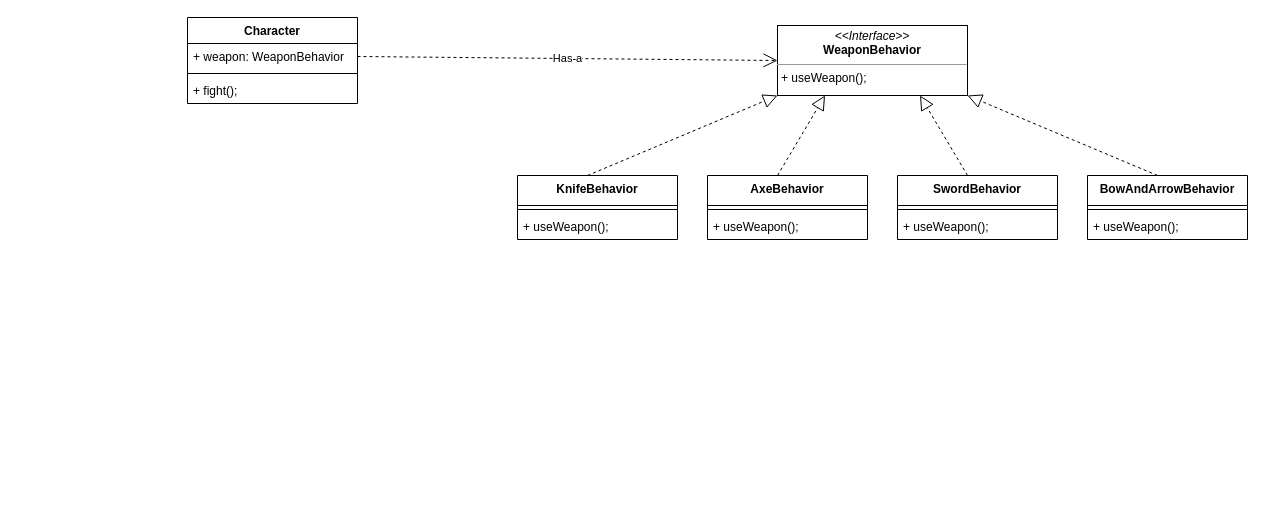
This is Diagrama sem nome.drawio from denismissias/design-patterns, a draw.io file, before an edit. Source tidied: cells renumbered, new cells numbered last; positions are measured from the earlier drawing's top-left corner, leaving out a move shared by most shapes. Both pictures are drawn from the tidied source at 100%, with x=0, y=0 at pixel (187, 17).
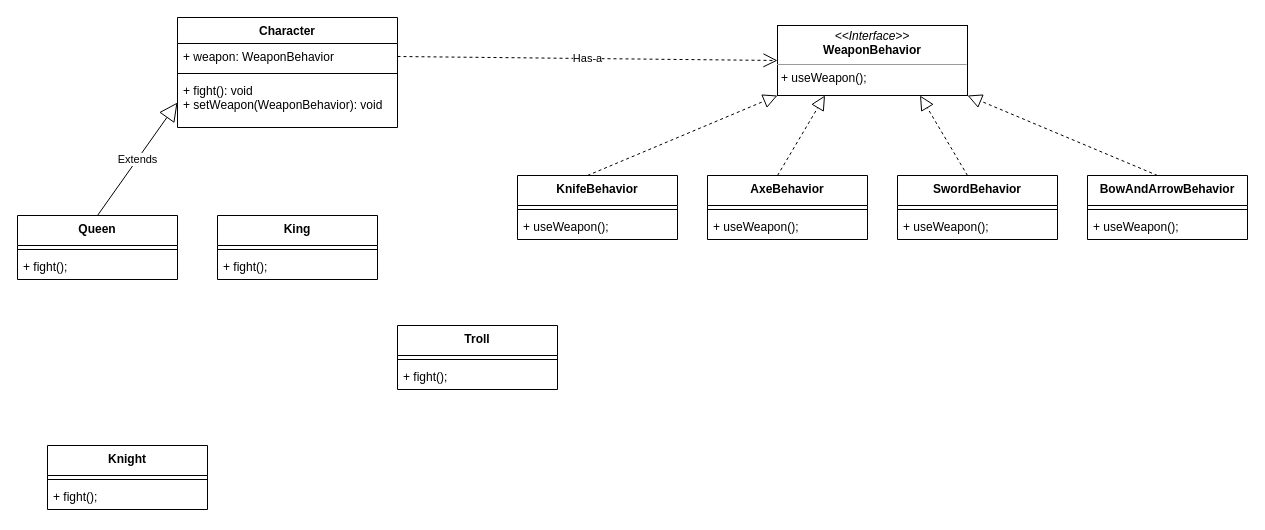
The same page after the edit.

The edit, as a diff of the source:
```diff
@@
     <mxCell id="2" value="Character" style="swimlane;fontStyle=1;align=center;verticalAlign=top;horizontal=1;startSize=26;" parent="1" vertex="1">
-      <mxGeometry width="170" height="86" as="geometry" />
+      <mxGeometry x="-10" width="220" height="110" as="geometry" />
     </mxCell>
     <mxCell id="3" value="+ weapon: WeaponBehavior" style="text;strokeColor=none;fillColor=none;align=left;verticalAlign=top;spacingLeft=4;spacingRight=4;overflow=hidden;points=[[0,0.5],[1,0.5]];portConstraint=eastwest;" parent="2" vertex="1">
-      <mxGeometry y="26" width="170" height="26" as="geometry" />
+      <mxGeometry y="26" width="220" height="26" as="geometry" />
     </mxCell>
     <mxCell id="4" style="line;strokeWidth=1;fillColor=none;align=left;verticalAlign=middle;spacingTop=-1;spacingLeft=3;spacingRight=3;labelPosition=right;strokeColor=inherit;" parent="2" vertex="1">
-      <mxGeometry y="52" width="170" height="8" as="geometry" />
+      <mxGeometry y="52" width="220" height="8" as="geometry" />
     </mxCell>
-    <mxCell id="5" value="+ fight();" style="text;strokeColor=none;fillColor=none;align=left;verticalAlign=top;spacingLeft=4;spacingRight=4;overflow=hidden;points=[[0,0.5],[1,0.5]];portConstraint=eastwest;" parent="2" vertex="1">
-      <mxGeometry y="60" width="170" height="26" as="geometry" />
+    <mxCell id="5" value="+ fight(): void&#10;+ setWeapon(WeaponBehavior): void" style="text;strokeColor=none;fillColor=none;align=left;verticalAlign=top;spacingLeft=4;spacingRight=4;overflow=hidden;points=[[0,0.5],[1,0.5]];portConstraint=eastwest;" parent="2" vertex="1">
+      <mxGeometry y="60" width="220" height="50" as="geometry" />
     </mxCell>
@@
+    <mxCell id="24" value="Queen" style="swimlane;fontStyle=1;align=center;verticalAlign=top;horizontal=1;startSize=30;" parent="1" vertex="1">
+      <mxGeometry x="-170" y="198" width="160" height="64" as="geometry" />
+    </mxCell>
+    <mxCell id="25" style="line;strokeWidth=1;fillColor=none;align=left;verticalAlign=middle;spacingTop=-1;spacingLeft=3;spacingRight=3;labelPosition=right;strokeColor=inherit;" parent="24" vertex="1">
+      <mxGeometry y="30" width="160" height="8" as="geometry" />
+    </mxCell>
+    <mxCell id="26" value="+ fight();" style="text;strokeColor=none;fillColor=none;align=left;verticalAlign=top;spacingLeft=4;spacingRight=4;overflow=hidden;" parent="24" vertex="1">
+      <mxGeometry y="38" width="160" height="26" as="geometry" />
+    </mxCell>
+    <mxCell id="27" value="Extends" style="endArrow=block;endSize=16;endFill=0;html=1;rounded=0;exitX=0.5;exitY=0;exitDx=0;exitDy=0;entryX=0;entryY=0.5;entryDx=0;entryDy=0;" parent="1" edge="1" source="24" target="5">
+      <mxGeometry relative="1" as="geometry" />
+    </mxCell>
+    <mxCell id="28" value="King" style="swimlane;fontStyle=1;align=center;verticalAlign=top;horizontal=1;startSize=30;" parent="1" vertex="1">
+      <mxGeometry x="30" y="198" width="160" height="64" as="geometry" />
+    </mxCell>
+    <mxCell id="29" style="line;strokeWidth=1;fillColor=none;align=left;verticalAlign=middle;spacingTop=-1;spacingLeft=3;spacingRight=3;labelPosition=right;strokeColor=inherit;" parent="28" vertex="1">
+      <mxGeometry y="30" width="160" height="8" as="geometry" />
+    </mxCell>
+    <mxCell id="30" value="+ fight();" style="text;strokeColor=none;fillColor=none;align=left;verticalAlign=top;spacingLeft=4;spacingRight=4;overflow=hidden;" parent="28" vertex="1">
+      <mxGeometry y="38" width="160" height="26" as="geometry" />
+    </mxCell>
+    <mxCell id="31" value="Knight" style="swimlane;fontStyle=1;align=center;verticalAlign=top;horizontal=1;startSize=30;" parent="1" vertex="1">
+      <mxGeometry x="-140" y="428" width="160" height="64" as="geometry" />
+    </mxCell>
+    <mxCell id="32" style="line;strokeWidth=1;fillColor=none;align=left;verticalAlign=middle;spacingTop=-1;spacingLeft=3;spacingRight=3;labelPosition=right;strokeColor=inherit;" parent="31" vertex="1">
+      <mxGeometry y="30" width="160" height="8" as="geometry" />
+    </mxCell>
+    <mxCell id="33" value="+ fight();" style="text;strokeColor=none;fillColor=none;align=left;verticalAlign=top;spacingLeft=4;spacingRight=4;overflow=hidden;" parent="31" vertex="1">
+      <mxGeometry y="38" width="160" height="26" as="geometry" />
+    </mxCell>
+    <mxCell id="34" value="Troll" style="swimlane;fontStyle=1;align=center;verticalAlign=top;horizontal=1;startSize=30;" parent="1" vertex="1">
+      <mxGeometry x="210" y="308" width="160" height="64" as="geometry" />
+    </mxCell>
+    <mxCell id="35" style="line;strokeWidth=1;fillColor=none;align=left;verticalAlign=middle;spacingTop=-1;spacingLeft=3;spacingRight=3;labelPosition=right;strokeColor=inherit;" parent="34" vertex="1">
+      <mxGeometry y="30" width="160" height="8" as="geometry" />
+    </mxCell>
+    <mxCell id="36" value="+ fight();" style="text;strokeColor=none;fillColor=none;align=left;verticalAlign=top;spacingLeft=4;spacingRight=4;overflow=hidden;" parent="34" vertex="1">
+      <mxGeometry y="38" width="160" height="26" as="geometry" />
+    </mxCell>
```
